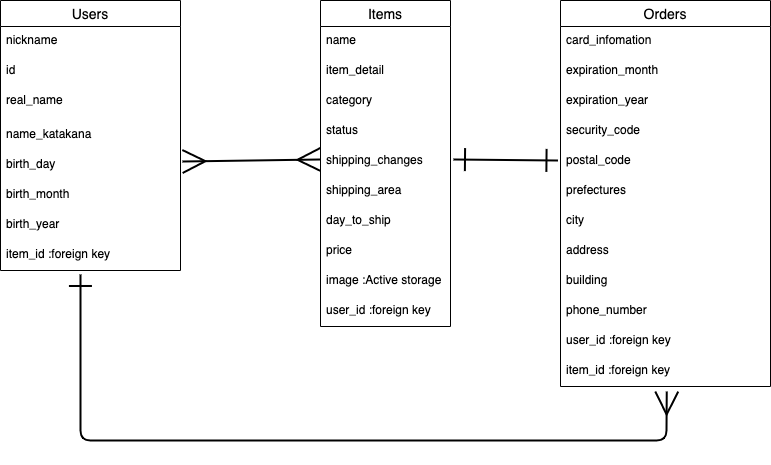
This is ER.drawio.png from satoshi0takahashi/furima-32125, a draw.io export, as it was before one commit. Source tidied: cells renumbered, new cells last; positions are measured from the earlier drawing's top-left corner, leaving out a move shared by most shapes.
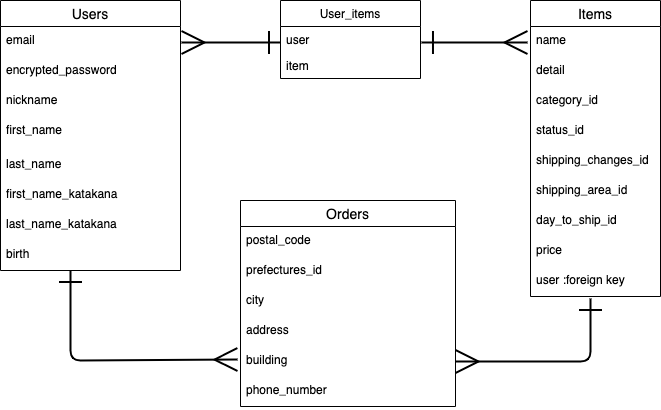
Above is the later version.

Commit message:
データベース設計

The edit, as a diff of the source:
```diff
@@ -2,118 +2,117 @@
   <root>
     <mxCell id="0" />
     <mxCell id="1" parent="0" />
+    <mxCell id="26" style="endArrow=ERone;html=1;strokeWidth=2;startArrow=ERmany;startFill=0;endFill=0;targetPerimeterSpacing=0;endSize=20;startSize=20;entryX=0;entryY=0.615;entryDx=0;entryDy=0;entryPerimeter=0;" parent="1" edge="1" target="42">
+      <mxGeometry relative="1" as="geometry">
+        <mxPoint x="191" y="42" as="sourcePoint" />
+      </mxGeometry>
+    </mxCell>
+    <mxCell id="27" style="endArrow=ERone;html=1;strokeWidth=2;entryX=1.007;entryY=0.615;entryDx=0;entryDy=0;entryPerimeter=0;startArrow=ERmany;startFill=0;endFill=0;endSize=20;startSize=20;exitX=-0.023;exitY=0.533;exitDx=0;exitDy=0;exitPerimeter=0;" parent="1" edge="1" source="3" target="42">
+      <mxGeometry relative="1" as="geometry" />
+    </mxCell>
+    <mxCell id="29" value="Users" style="swimlane;fontStyle=0;horizontal=1;startSize=26;align=center;fontSize=14;swimlaneFillColor=none;noLabel=0;labelPadding=0;verticalAlign=middle;" parent="1" vertex="1">
+      <mxGeometry x="10" width="180" height="270" as="geometry" />
+    </mxCell>
+    <mxCell id="37" value="email" style="text;strokeColor=none;fillColor=none;spacingLeft=4;spacingRight=4;overflow=hidden;points=[[0,0.5],[1,0.5]];portConstraint=eastwest;fontSize=12;labelBackgroundColor=none;" parent="29" vertex="1">
+      <mxGeometry y="26" width="180" height="30" as="geometry" />
+    </mxCell>
+    <mxCell id="38" value="encrypted_password" style="text;strokeColor=none;fillColor=none;spacingLeft=4;spacingRight=4;overflow=hidden;fontSize=12;labelBorderColor=none;" parent="29" vertex="1">
+      <mxGeometry y="56" width="180" height="30" as="geometry" />
+    </mxCell>
+    <mxCell id="30" value="nickname " style="text;strokeColor=none;fillColor=none;spacingLeft=4;spacingRight=4;overflow=hidden;fontSize=12;labelBorderColor=none;" parent="29" vertex="1">
+      <mxGeometry y="86" width="180" height="30" as="geometry" />
+    </mxCell>
+    <mxCell id="32" value="first_name" style="text;strokeColor=none;spacingLeft=4;spacingRight=4;overflow=hidden;fontSize=12;labelBackgroundColor=none;" parent="29" vertex="1">
+      <mxGeometry y="116" width="180" height="34" as="geometry" />
+    </mxCell>
+    <mxCell id="33" value="last_name" style="text;strokeColor=none;fillColor=none;spacingLeft=4;spacingRight=4;overflow=hidden;fontSize=12;labelBackgroundColor=none;" parent="29" vertex="1">
+      <mxGeometry y="150" width="180" height="30" as="geometry" />
+    </mxCell>
+    <mxCell id="34" value="first_name_katakana" style="text;strokeColor=none;fillColor=none;spacingLeft=4;spacingRight=4;overflow=hidden;points=[[0,0.5],[1,0.5]];portConstraint=eastwest;fontSize=12;labelBackgroundColor=none;" parent="29" vertex="1">
+      <mxGeometry y="180" width="180" height="30" as="geometry" />
+    </mxCell>
+    <mxCell id="35" value="last_name_katakana" style="text;strokeColor=none;fillColor=none;spacingLeft=4;spacingRight=4;overflow=hidden;fontSize=12;labelBackgroundColor=none;" parent="29" vertex="1">
+      <mxGeometry y="210" width="180" height="30" as="geometry" />
+    </mxCell>
+    <mxCell id="36" value="birth" style="text;strokeColor=none;fillColor=none;spacingLeft=4;spacingRight=4;overflow=hidden;fontSize=12;labelBackgroundColor=none;" parent="29" vertex="1">
+      <mxGeometry y="240" width="180" height="30" as="geometry" />
+    </mxCell>
     <mxCell id="2" value="Items" style="swimlane;fontStyle=0;horizontal=1;startSize=26;align=center;fontSize=14;" parent="1" vertex="1">
-      <mxGeometry x="320" width="130" height="326" as="geometry" />
+      <mxGeometry x="540" width="130" height="296" as="geometry" />
     </mxCell>
     <mxCell id="3" value="name" style="text;strokeColor=none;fillColor=none;spacingLeft=4;spacingRight=4;overflow=hidden;points=[[0,0.5],[1,0.5]];portConstraint=eastwest;fontSize=12;labelBackgroundColor=none;" parent="2" vertex="1">
       <mxGeometry y="26" width="130" height="30" as="geometry" />
     </mxCell>
-    <mxCell id="4" value="item_detail" style="text;strokeColor=none;fillColor=none;spacingLeft=4;spacingRight=4;overflow=hidden;fontSize=12;labelBackgroundColor=none;" parent="2" vertex="1">
+    <mxCell id="4" value="detail" style="text;strokeColor=none;fillColor=none;spacingLeft=4;spacingRight=4;overflow=hidden;fontSize=12;labelBackgroundColor=none;" parent="2" vertex="1">
       <mxGeometry y="56" width="130" height="30" as="geometry" />
     </mxCell>
-    <mxCell id="5" value="category" style="text;strokeColor=none;fillColor=none;spacingLeft=4;spacingRight=4;overflow=hidden;fontSize=12;labelBackgroundColor=none;" parent="2" vertex="1">
+    <mxCell id="5" value="category_id" style="text;strokeColor=none;fillColor=none;spacingLeft=4;spacingRight=4;overflow=hidden;fontSize=12;labelBackgroundColor=none;" parent="2" vertex="1">
       <mxGeometry y="86" width="130" height="30" as="geometry" />
     </mxCell>
-    <mxCell id="6" value="status" style="text;strokeColor=none;fillColor=none;spacingLeft=4;spacingRight=4;overflow=hidden;fontSize=12;labelBackgroundColor=none;" parent="2" vertex="1">
-      <mxGeometry y="116" width="130" height="30" as="geometry" />
-    </mxCell>
+    <mxCell id="39" value="status_id" style="text;strokeColor=none;fillColor=none;spacingLeft=4;spacingRight=4;overflow=hidden;fontSize=12;labelBackgroundColor=none;" parent="2" vertex="1">
+      <mxGeometry y="116" width="130" height="30" as="geometry" />
+    </mxCell>
-    <mxCell id="7" value="shipping_changes" style="text;strokeColor=none;fillColor=none;spacingLeft=4;spacingRight=4;overflow=hidden;points=[[0,0.5],[1,0.5]];portConstraint=eastwest;fontSize=12;" parent="2" vertex="1">
+    <mxCell id="7" value="shipping_changes_id" style="text;strokeColor=none;fillColor=none;spacingLeft=4;spacingRight=4;overflow=hidden;points=[[0,0.5],[1,0.5]];portConstraint=eastwest;fontSize=12;" parent="2" vertex="1">
       <mxGeometry y="146" width="130" height="30" as="geometry" />
     </mxCell>
-    <mxCell id="8" value="shipping_area" style="text;strokeColor=none;fillColor=none;spacingLeft=4;spacingRight=4;overflow=hidden;fontSize=12;labelBackgroundColor=none;" parent="2" vertex="1">
+    <mxCell id="8" value="shipping_area_id" style="text;strokeColor=none;fillColor=none;spacingLeft=4;spacingRight=4;overflow=hidden;fontSize=12;labelBackgroundColor=none;" parent="2" vertex="1">
       <mxGeometry y="176" width="130" height="30" as="geometry" />
     </mxCell>
-    <mxCell id="9" value="day_to_ship" style="text;strokeColor=none;fillColor=none;spacingLeft=4;spacingRight=4;overflow=hidden;fontSize=12;" parent="2" vertex="1">
+    <mxCell id="9" value="day_to_ship_id" style="text;strokeColor=none;fillColor=none;spacingLeft=4;spacingRight=4;overflow=hidden;fontSize=12;" parent="2" vertex="1">
       <mxGeometry y="206" width="130" height="30" as="geometry" />
     </mxCell>
     <mxCell id="10" value="price" style="text;strokeColor=none;fillColor=none;spacingLeft=4;spacingRight=4;overflow=hidden;fontSize=12;labelBackgroundColor=none;" parent="2" vertex="1">
       <mxGeometry y="236" width="130" height="30" as="geometry" />
     </mxCell>
-    <mxCell id="11" value="image :Active storage" style="text;strokeColor=none;fillColor=none;spacingLeft=4;spacingRight=4;overflow=hidden;fontSize=12;labelBackgroundColor=none;" parent="2" vertex="1">
-      <mxGeometry y="266" width="130" height="30" as="geometry" />
-    </mxCell>
-    <mxCell id="12" value="user_id :foreign key" style="text;strokeColor=none;fillColor=none;spacingLeft=4;spacingRight=4;overflow=hidden;fontSize=12;labelBackgroundColor=none;" parent="2" vertex="1">
-      <mxGeometry y="296" width="130" height="30" as="geometry" />
+    <mxCell id="12" value="user :foreign key" style="text;strokeColor=none;fillColor=none;spacingLeft=4;spacingRight=4;overflow=hidden;fontSize=12;labelBackgroundColor=none;" parent="2" vertex="1">
+      <mxGeometry y="266" width="130" height="30" as="geometry" />
     </mxCell>
+    <mxCell id="40" style="endArrow=ERone;html=1;strokeWidth=2;startArrow=ERmany;startFill=0;endFill=0;endSize=20;startSize=20;" parent="1" edge="1" source="22">
+      <mxGeometry relative="1" as="geometry">
+        <mxPoint x="600" y="298" as="targetPoint" />
+        <Array as="points">
+          <mxPoint x="600" y="361" />
+        </Array>
+      </mxGeometry>
+    </mxCell>
+    <mxCell id="41" value="User_items" style="swimlane;fontStyle=0;horizontal=1;startSize=26;fillColor=none;labelBackgroundColor=none;" parent="1" vertex="1">
+      <mxGeometry x="290" width="140" height="78" as="geometry" />
+    </mxCell>
+    <mxCell id="42" value="user" style="text;strokeColor=none;fillColor=none;align=left;verticalAlign=top;spacingLeft=4;spacingRight=4;overflow=hidden;points=[[0,0.5],[1,0.5]];portConstraint=eastwest;" parent="41" vertex="1">
+      <mxGeometry y="26" width="140" height="26" as="geometry" />
+    </mxCell>
+    <mxCell id="43" value="item" style="text;strokeColor=none;fillColor=none;align=left;verticalAlign=top;spacingLeft=4;spacingRight=4;overflow=hidden;" parent="41" vertex="1">
+      <mxGeometry y="52" width="140" height="26" as="geometry" />
+    </mxCell>
     <mxCell id="13" value="Orders" style="swimlane;fontStyle=0;horizontal=1;startSize=26;align=center;fontSize=14;" parent="1" vertex="1">
-      <mxGeometry x="560" width="210" height="386" as="geometry" />
+      <mxGeometry x="250" y="200" width="215" height="206" as="geometry" />
     </mxCell>
-    <mxCell id="14" value="card_infomation" style="text;strokeColor=none;fillColor=none;spacingLeft=4;spacingRight=4;overflow=hidden;fontSize=12;" parent="13" vertex="1">
-      <mxGeometry y="26" width="210" height="30" as="geometry" />
-    </mxCell>
-    <mxCell id="15" value="expiration_month" style="text;strokeColor=none;fillColor=none;spacingLeft=4;spacingRight=4;overflow=hidden;fontSize=12;" parent="13" vertex="1">
-      <mxGeometry y="56" width="210" height="30" as="geometry" />
-    </mxCell>
-    <mxCell id="16" value="expiration_year" style="text;strokeColor=none;fillColor=none;spacingLeft=4;spacingRight=4;overflow=hidden;fontSize=12;" parent="13" vertex="1">
-      <mxGeometry y="86" width="210" height="30" as="geometry" />
-    </mxCell>
-    <mxCell id="17" value="security_code" style="text;strokeColor=none;fillColor=none;spacingLeft=4;spacingRight=4;overflow=hidden;fontSize=12;labelBackgroundColor=none;" parent="13" vertex="1">
-      <mxGeometry y="116" width="210" height="30" as="geometry" />
-    </mxCell>
     <mxCell id="18" value="postal_code" style="text;strokeColor=none;fillColor=none;spacingLeft=4;spacingRight=4;overflow=hidden;points=[[0,0.5],[1,0.5]];portConstraint=eastwest;fontSize=12;labelBackgroundColor=none;" parent="13" vertex="1">
-      <mxGeometry y="146" width="210" height="30" as="geometry" />
+      <mxGeometry y="26" width="215" height="30" as="geometry" />
     </mxCell>
-    <mxCell id="19" value="prefectures" style="text;strokeColor=none;fillColor=none;spacingLeft=4;spacingRight=4;overflow=hidden;fontSize=12;labelBackgroundColor=none;" parent="13" vertex="1">
-      <mxGeometry y="176" width="210" height="30" as="geometry" />
+    <mxCell id="19" value="prefectures_id" style="text;strokeColor=none;fillColor=none;spacingLeft=4;spacingRight=4;overflow=hidden;fontSize=12;labelBackgroundColor=none;" parent="13" vertex="1">
+      <mxGeometry y="56" width="215" height="30" as="geometry" />
     </mxCell>
     <mxCell id="20" value="city" style="text;strokeColor=none;fillColor=none;spacingLeft=4;spacingRight=4;overflow=hidden;fontSize=12;labelBackgroundColor=none;" parent="13" vertex="1">
-      <mxGeometry y="206" width="210" height="30" as="geometry" />
+      <mxGeometry y="86" width="215" height="30" as="geometry" />
     </mxCell>
     <mxCell id="21" value="address&#10;" style="text;strokeColor=none;fillColor=none;spacingLeft=4;spacingRight=4;overflow=hidden;fontSize=12;labelBackgroundColor=none;" parent="13" vertex="1">
-      <mxGeometry y="236" width="210" height="30" as="geometry" />
+      <mxGeometry y="116" width="215" height="30" as="geometry" />
     </mxCell>
     <mxCell id="22" value="building" style="text;strokeColor=none;fillColor=none;spacingLeft=4;spacingRight=4;overflow=hidden;points=[[0,0.5],[1,0.5]];portConstraint=eastwest;fontSize=12;labelBackgroundColor=none;" parent="13" vertex="1">
-      <mxGeometry y="266" width="210" height="30" as="geometry" />
+      <mxGeometry y="146" width="215" height="30" as="geometry" />
     </mxCell>
     <mxCell id="23" value="phone_number" style="text;strokeColor=none;fillColor=none;spacingLeft=4;spacingRight=4;overflow=hidden;fontSize=12;labelBackgroundColor=none;" parent="13" vertex="1">
-      <mxGeometry y="296" width="210" height="30" as="geometry" />
+      <mxGeometry y="176" width="215" height="30" as="geometry" />
     </mxCell>
-    <mxCell id="24" value="user_id :foreign key " style="text;strokeColor=none;fillColor=none;spacingLeft=4;spacingRight=4;overflow=hidden;fontSize=12;" parent="13" vertex="1">
-      <mxGeometry y="326" width="210" height="30" as="geometry" />
-    </mxCell>
-    <mxCell id="25" value="item_id :foreign key" style="text;strokeColor=none;fillColor=none;spacingLeft=4;spacingRight=4;overflow=hidden;points=[[0,0.5],[1,0.5]];portConstraint=eastwest;fontSize=12;labelBackgroundColor=none;" parent="13" vertex="1">
-      <mxGeometry y="356" width="210" height="30" as="geometry" />
-    </mxCell>
-    <mxCell id="26" style="endArrow=ERmany;html=1;strokeWidth=2;entryX=0;entryY=0.433;entryDx=0;entryDy=0;entryPerimeter=0;startArrow=ERmany;startFill=0;endFill=0;targetPerimeterSpacing=0;endSize=20;startSize=20;exitX=1.011;exitY=0.367;exitDx=0;exitDy=0;exitPerimeter=0;" parent="1" edge="1" source="34" target="7">
-      <mxGeometry relative="1" as="geometry" />
-    </mxCell>
-    <mxCell id="27" style="endArrow=ERone;html=1;strokeWidth=2;entryX=-0.012;entryY=0.467;entryDx=0;entryDy=0;entryPerimeter=0;exitX=1.023;exitY=0.433;exitDx=0;exitDy=0;exitPerimeter=0;startArrow=ERone;startFill=0;endFill=0;endSize=20;startSize=20;" parent="1" edge="1" source="7" target="18">
-      <mxGeometry relative="1" as="geometry" />
-    </mxCell>
-    <mxCell id="28" style="endArrow=ERmany;html=1;strokeWidth=2;exitX=0.444;exitY=1.133;exitDx=0;exitDy=0;exitPerimeter=0;entryX=0.506;entryY=1.167;entryDx=0;entryDy=0;entryPerimeter=0;startArrow=ERone;startFill=0;endFill=0;endSize=20;startSize=20;" parent="1" edge="1" source="37" target="25">
+    <mxCell id="28" style="endArrow=ERmany;html=1;strokeWidth=2;startArrow=ERone;startFill=0;endFill=0;endSize=20;startSize=20;entryX=-0.014;entryY=0.433;entryDx=0;entryDy=0;entryPerimeter=0;" parent="1" edge="1" target="22">
       <mxGeometry relative="1" as="geometry">
+        <mxPoint x="80" y="270" as="sourcePoint" />
         <Array as="points">
-          <mxPoint x="80" y="440" />
-          <mxPoint x="666" y="440" />
+          <mxPoint x="80" y="316" />
+          <mxPoint x="80" y="360" />
         </Array>
       </mxGeometry>
     </mxCell>
-    <mxCell id="29" value="Users" style="swimlane;fontStyle=0;horizontal=1;startSize=26;align=center;fontSize=14;swimlaneFillColor=none;noLabel=0;labelPadding=0;verticalAlign=middle;" parent="1" vertex="1">
-      <mxGeometry width="180" height="270" as="geometry" />
-    </mxCell>
-    <mxCell id="30" value="nickname " style="text;strokeColor=none;fillColor=none;spacingLeft=4;spacingRight=4;overflow=hidden;fontSize=12;labelBorderColor=none;" parent="29" vertex="1">
-      <mxGeometry y="26" width="180" height="30" as="geometry" />
-    </mxCell>
-    <mxCell id="31" value="id" style="text;strokeColor=none;fillColor=none;spacingLeft=4;spacingRight=4;overflow=hidden;fontSize=12;" parent="29" vertex="1">
-      <mxGeometry y="56" width="180" height="30" as="geometry" />
-    </mxCell>
-    <mxCell id="32" value="real_name" style="text;strokeColor=none;spacingLeft=4;spacingRight=4;overflow=hidden;fontSize=12;labelBackgroundColor=none;" parent="29" vertex="1">
-      <mxGeometry y="86" width="180" height="34" as="geometry" />
-    </mxCell>
-    <mxCell id="33" value="name_katakana" style="text;strokeColor=none;fillColor=none;spacingLeft=4;spacingRight=4;overflow=hidden;fontSize=12;labelBackgroundColor=none;" parent="29" vertex="1">
-      <mxGeometry y="120" width="180" height="30" as="geometry" />
-    </mxCell>
-    <mxCell id="34" value="birth_day" style="text;strokeColor=none;fillColor=none;spacingLeft=4;spacingRight=4;overflow=hidden;points=[[0,0.5],[1,0.5]];portConstraint=eastwest;fontSize=12;labelBackgroundColor=none;" parent="29" vertex="1">
-      <mxGeometry y="150" width="180" height="30" as="geometry" />
-    </mxCell>
-    <mxCell id="35" value="birth_month" style="text;strokeColor=none;fillColor=none;spacingLeft=4;spacingRight=4;overflow=hidden;fontSize=12;labelBackgroundColor=none;" parent="29" vertex="1">
-      <mxGeometry y="180" width="180" height="30" as="geometry" />
-    </mxCell>
-    <mxCell id="36" value="birth_year" style="text;strokeColor=none;fillColor=none;spacingLeft=4;spacingRight=4;overflow=hidden;fontSize=12;labelBackgroundColor=none;" parent="29" vertex="1">
-      <mxGeometry y="210" width="180" height="30" as="geometry" />
-    </mxCell>
-    <mxCell id="37" value="item_id :foreign key" style="text;strokeColor=none;fillColor=none;spacingLeft=4;spacingRight=4;overflow=hidden;points=[[0,0.5],[1,0.5]];portConstraint=eastwest;fontSize=12;labelBackgroundColor=none;" parent="29" vertex="1">
-      <mxGeometry y="240" width="180" height="30" as="geometry" />
-    </mxCell>
   </root>
 </mxGraphModel>
```
